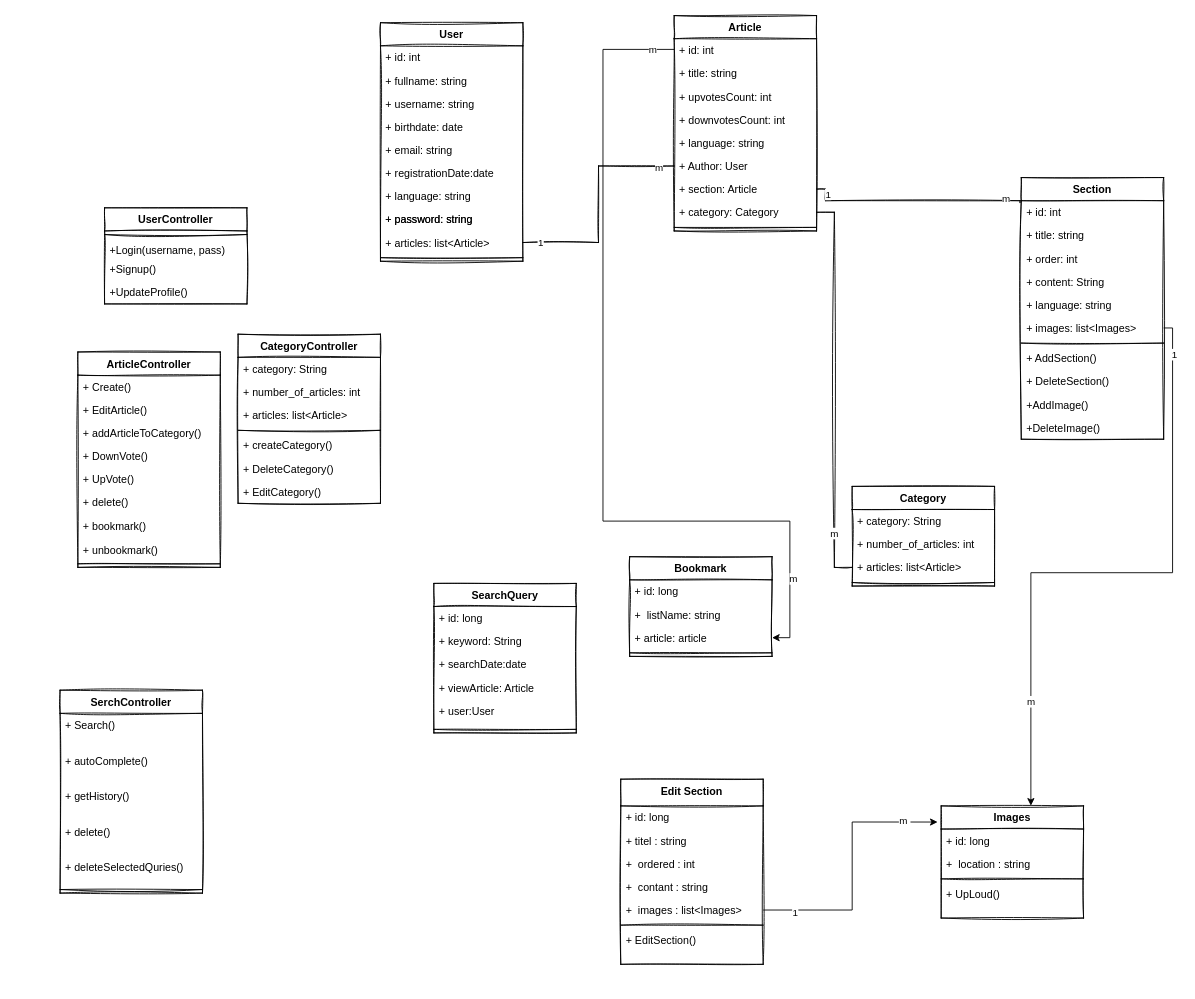
Earlier version of the draw.io diagram page "Class Digram V2" (5 of 5) of Untitled Diagram.drawio (mosup16/wikiwiki-swe-project-digrams). Source tidied: cells renumbered, new cells numbered last; positions are measured from the earlier drawing's top-left corner, leaving out a move shared by most shapes. Both pictures are drawn from the tidied source at 89%, with x=0, y=0 at pixel (60, 15).
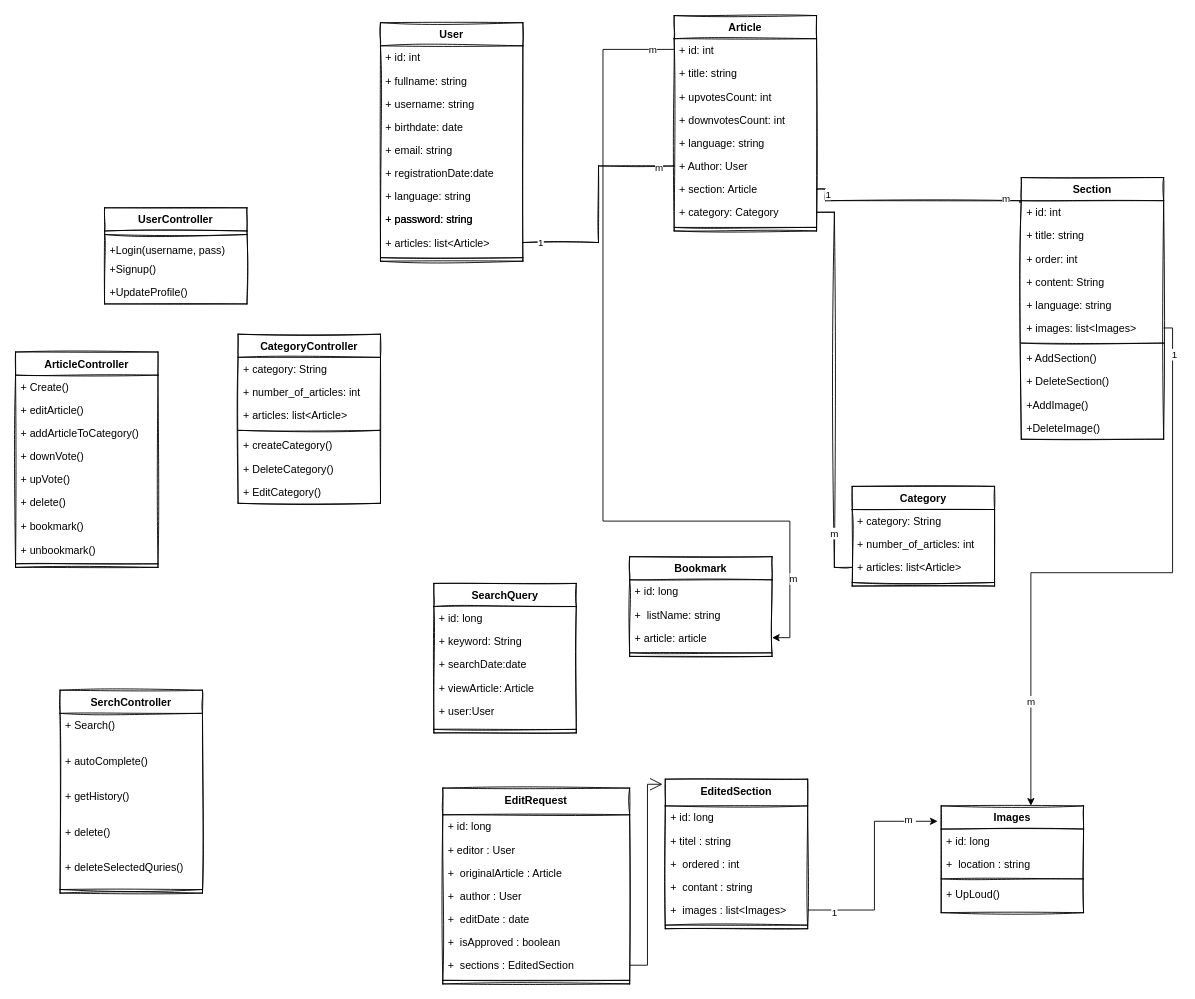
The same page after the edit.

Diff of the diagram source:
```diff
@@
-    <mxCell id="63" value="Edit Section" style="swimlane;fontStyle=1;align=center;verticalAlign=top;horizontal=1;startSize=30;sketch=1;" parent="1" vertex="1">
-      <mxGeometry x="630" y="858" width="160" height="208" as="geometry" />
+    <mxCell id="63" value="EditedSection" style="swimlane;fontStyle=1;align=center;verticalAlign=top;horizontal=1;startSize=30;sketch=1;" parent="1" vertex="1">
+      <mxGeometry x="680" y="858" width="160" height="168" as="geometry" />
     </mxCell>
@@
-    <mxCell id="70" value="+ EditSection()" style="text;strokeColor=none;fillColor=none;align=left;verticalAlign=top;spacingLeft=4;spacingRight=4;overflow=hidden;sketch=1;" parent="63" vertex="1">
-      <mxGeometry y="168" width="160" height="40" as="geometry" />
-    </mxCell>
     <mxCell id="71" value="Images" style="swimlane;fontStyle=1;align=center;verticalAlign=top;horizontal=1;startSize=26;sketch=1;" parent="1" vertex="1">
-      <mxGeometry x="990" y="888" width="160" height="126" as="geometry" />
+      <mxGeometry x="990" y="888" width="160" height="120" as="geometry" />
     </mxCell>
@@
     <mxCell id="75" value="+ UpLoud()" style="text;strokeColor=none;fillColor=none;align=left;verticalAlign=top;spacingLeft=4;spacingRight=4;overflow=hidden;sketch=1;" parent="71" vertex="1">
-      <mxGeometry y="86" width="160" height="40" as="geometry" />
+      <mxGeometry y="86" width="160" height="34" as="geometry" />
     </mxCell>
@@
     <mxCell id="88" value="ArticleController" style="swimlane;fontStyle=1;align=center;verticalAlign=top;horizontal=1;startSize=26;sketch=1;" parent="1" vertex="1">
-      <mxGeometry x="20" y="378" width="160" height="242" as="geometry" />
+      <mxGeometry x="-50" y="378" width="160" height="242" as="geometry" />
     </mxCell>
@@
-    <mxCell id="90" value="+ EditArticle()" style="text;strokeColor=none;fillColor=none;align=left;verticalAlign=top;spacingLeft=4;spacingRight=4;overflow=hidden;sketch=1;" parent="88" vertex="1">
+    <mxCell id="90" value="+ editArticle()" style="text;strokeColor=none;fillColor=none;align=left;verticalAlign=top;spacingLeft=4;spacingRight=4;overflow=hidden;sketch=1;" parent="88" vertex="1">
       <mxGeometry y="52" width="160" height="26" as="geometry" />
     </mxCell>
@@
-    <mxCell id="92" value="+ DownVote()" style="text;strokeColor=none;fillColor=none;align=left;verticalAlign=top;spacingLeft=4;spacingRight=4;overflow=hidden;sketch=1;" parent="88" vertex="1">
+    <mxCell id="92" value="+ downVote()" style="text;strokeColor=none;fillColor=none;align=left;verticalAlign=top;spacingLeft=4;spacingRight=4;overflow=hidden;sketch=1;" parent="88" vertex="1">
       <mxGeometry y="104" width="160" height="26" as="geometry" />
     </mxCell>
-    <mxCell id="93" value="+ UpVote()" style="text;strokeColor=none;fillColor=none;align=left;verticalAlign=top;spacingLeft=4;spacingRight=4;overflow=hidden;sketch=1;" parent="88" vertex="1">
+    <mxCell id="93" value="+ upVote()" style="text;strokeColor=none;fillColor=none;align=left;verticalAlign=top;spacingLeft=4;spacingRight=4;overflow=hidden;sketch=1;" parent="88" vertex="1">
       <mxGeometry y="130" width="160" height="26" as="geometry" />
     </mxCell>
@@
+    <mxCell id="113" value="EditRequest" style="swimlane;fontStyle=1;align=center;verticalAlign=top;horizontal=1;startSize=30;sketch=1;" parent="1" vertex="1">
+      <mxGeometry x="430" y="868" width="210" height="220" as="geometry" />
+    </mxCell>
+    <mxCell id="114" value="+ id: long" style="text;strokeColor=none;fillColor=none;align=left;verticalAlign=top;spacingLeft=4;spacingRight=4;overflow=hidden;sketch=1;" parent="113" vertex="1">
+      <mxGeometry y="30" width="210" height="26" as="geometry" />
+    </mxCell>
+    <mxCell id="115" value="+ editor : User" style="text;strokeColor=none;fillColor=none;align=left;verticalAlign=top;spacingLeft=4;spacingRight=4;overflow=hidden;sketch=1;" parent="113" vertex="1">
+      <mxGeometry y="56" width="210" height="26" as="geometry" />
+    </mxCell>
+    <mxCell id="116" value="+  originalArticle : Article " style="text;strokeColor=none;fillColor=none;align=left;verticalAlign=top;spacingLeft=4;spacingRight=4;overflow=hidden;sketch=1;" parent="113" vertex="1">
+      <mxGeometry y="82" width="210" height="26" as="geometry" />
+    </mxCell>
+    <mxCell id="117" value="+  author : User" style="text;strokeColor=none;fillColor=none;align=left;verticalAlign=top;spacingLeft=4;spacingRight=4;overflow=hidden;sketch=1;" parent="113" vertex="1">
+      <mxGeometry y="108" width="210" height="26" as="geometry" />
+    </mxCell>
+    <mxCell id="118" value="+  editDate : date" style="text;strokeColor=none;fillColor=none;align=left;verticalAlign=top;spacingLeft=4;spacingRight=4;overflow=hidden;sketch=1;" parent="113" vertex="1">
+      <mxGeometry y="134" width="210" height="26" as="geometry" />
+    </mxCell>
+    <mxCell id="119" value="+  isApproved : boolean " style="text;strokeColor=none;fillColor=none;align=left;verticalAlign=top;spacingLeft=4;spacingRight=4;overflow=hidden;sketch=1;" parent="113" vertex="1">
+      <mxGeometry y="160" width="210" height="26" as="geometry" />
+    </mxCell>
+    <mxCell id="120" value="+  sections : EditedSection " style="text;strokeColor=none;fillColor=none;align=left;verticalAlign=top;spacingLeft=4;spacingRight=4;overflow=hidden;points=[[0,0.5],[1,0.5]];portConstraint=eastwest;sketch=1;" parent="113" vertex="1">
+      <mxGeometry y="186" width="210" height="26" as="geometry" />
+    </mxCell>
+    <mxCell id="121" style="line;strokeWidth=1;fillColor=none;align=left;verticalAlign=middle;spacingTop=-1;spacingLeft=3;spacingRight=3;labelPosition=right;sketch=1;" parent="113" vertex="1">
+      <mxGeometry y="212" width="210" height="8" as="geometry" />
+    </mxCell>
+    <mxCell id="122" style="endArrow=open;endFill=1;endSize=12;html=1;rounded=0;exitX=1;exitY=0.5;exitDx=0;exitDy=0;entryX=-0.019;entryY=0.034;entryDx=0;entryDy=0;entryPerimeter=0;edgeStyle=orthogonalEdgeStyle;" parent="1" edge="1" source="120" target="63">
+      <mxGeometry relative="1" as="geometry">
+        <Array as="points">
+          <mxPoint x="660" y="1067" />
+          <mxPoint x="660" y="864" />
+        </Array>
+      </mxGeometry>
+    </mxCell>
```
